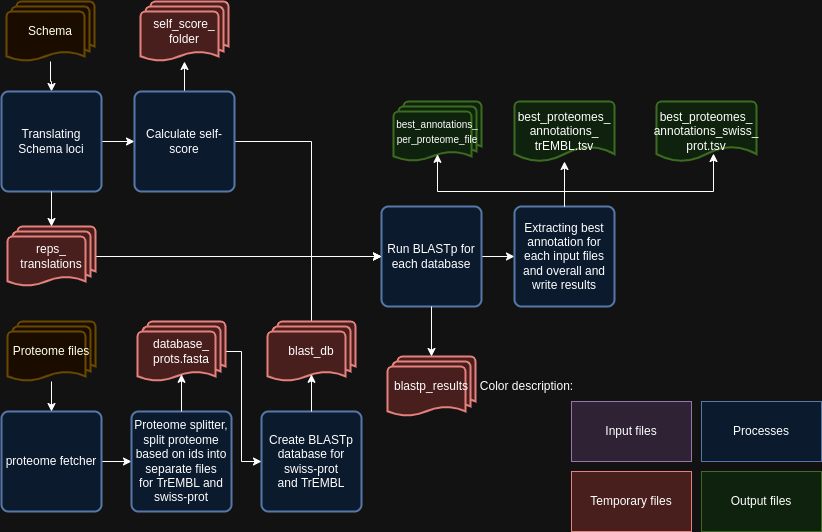
B-UMMI/Schema_Refinery keeps this draw.io diagram as SchemaRefinery/docs/SchemaRefinery/Modules/source/uniprot_proteomes_annotation.png. Above is the earlier version. Source tidied: cells renumbered, new cells last; positions are measured from the earlier drawing's top-left corner, leaving out a move shared by most shapes. Source of this version:
```xml
<mxGraphModel>
  <root>
    <mxCell id="0" />
    <mxCell id="1" parent="0" />
    <mxCell id="2" style="edgeStyle=orthogonalEdgeStyle;rounded=0;jettySize=auto;html=1;entryX=0;entryY=0.5;entryDx=0;entryDy=0;" parent="1" edge="1" source="3" target="6">
      <mxGeometry relative="1" as="geometry" />
    </mxCell>
    <mxCell id="3" value="proteome fetcher" style="rounded=1;whiteSpace=wrap;html=1;absoluteArcSize=1;arcSize=14;strokeWidth=2;fillColor=#dae8fc;strokeColor=#6c8ebf;" parent="1" vertex="1">
      <mxGeometry y="410" width="100" height="100" as="geometry" />
    </mxCell>
    <mxCell id="4" style="edgeStyle=orthogonalEdgeStyle;rounded=0;jettySize=auto;html=1;entryX=0.5;entryY=0;entryDx=0;entryDy=0;" parent="1" edge="1" source="5" target="3">
      <mxGeometry relative="1" as="geometry" />
    </mxCell>
    <mxCell id="5" value="Proteome files" style="strokeWidth=2;html=1;shape=mxgraph.flowchart.multi-document;whiteSpace=wrap;fillColor=#fff2cc;strokeColor=#d6b656;" parent="1" vertex="1">
      <mxGeometry x="6" y="320" width="88" height="60" as="geometry" />
    </mxCell>
    <mxCell id="6" value="Proteome splitter, split proteome based on ids into separate files for&amp;nbsp;TrEMBL and swiss-prot" style="rounded=1;whiteSpace=wrap;html=1;absoluteArcSize=1;arcSize=14;strokeWidth=2;fillColor=#dae8fc;strokeColor=#6c8ebf;" parent="1" vertex="1">
      <mxGeometry x="130" y="410" width="100" height="100" as="geometry" />
    </mxCell>
    <mxCell id="7" style="edgeStyle=orthogonalEdgeStyle;rounded=0;jettySize=auto;html=1;entryX=0;entryY=0.5;entryDx=0;entryDy=0;" parent="1" edge="1" source="8" target="17">
      <mxGeometry relative="1" as="geometry" />
    </mxCell>
    <mxCell id="8" value="Run BLASTp for each database" style="rounded=1;whiteSpace=wrap;html=1;absoluteArcSize=1;arcSize=14;strokeWidth=2;fillColor=#dae8fc;strokeColor=#6c8ebf;" parent="1" vertex="1">
      <mxGeometry x="380" y="205" width="100" height="100" as="geometry" />
    </mxCell>
    <mxCell id="9" style="edgeStyle=orthogonalEdgeStyle;rounded=0;jettySize=auto;html=1;" parent="1" edge="1" source="10" target="12">
      <mxGeometry relative="1" as="geometry" />
    </mxCell>
    <mxCell id="10" value="Schema" style="strokeWidth=2;html=1;shape=mxgraph.flowchart.multi-document;whiteSpace=wrap;fillColor=#fff2cc;strokeColor=#d6b656;" parent="1" vertex="1">
      <mxGeometry x="5" width="88" height="60" as="geometry" />
    </mxCell>
    <mxCell id="11" style="edgeStyle=orthogonalEdgeStyle;rounded=0;jettySize=auto;html=1;" parent="1" edge="1" source="12" target="23">
      <mxGeometry relative="1" as="geometry" />
    </mxCell>
    <mxCell id="12" value="Translating Schema loci" style="rounded=1;whiteSpace=wrap;html=1;absoluteArcSize=1;arcSize=14;strokeWidth=2;fillColor=#dae8fc;strokeColor=#6c8ebf;" parent="1" vertex="1">
      <mxGeometry y="90" width="100" height="100" as="geometry" />
    </mxCell>
    <mxCell id="13" style="edgeStyle=orthogonalEdgeStyle;rounded=0;jettySize=auto;html=1;entryX=0;entryY=0.5;entryDx=0;entryDy=0;" parent="1" edge="1" source="14" target="8">
      <mxGeometry relative="1" as="geometry" />
    </mxCell>
    <mxCell id="14" value="reps_&lt;div&gt;translations&lt;/div&gt;" style="strokeWidth=2;html=1;shape=mxgraph.flowchart.multi-document;whiteSpace=wrap;fillColor=#f8cecc;strokeColor=#b85450;" parent="1" vertex="1">
      <mxGeometry x="6" y="225" width="88" height="60" as="geometry" />
    </mxCell>
    <mxCell id="15" style="edgeStyle=orthogonalEdgeStyle;rounded=0;jettySize=auto;html=1;entryX=0.5;entryY=0;entryDx=0;entryDy=0;entryPerimeter=0;" parent="1" edge="1" source="12" target="14">
      <mxGeometry relative="1" as="geometry" />
    </mxCell>
    <mxCell id="16" style="edgeStyle=orthogonalEdgeStyle;rounded=0;jettySize=auto;html=1;" parent="1" edge="1" source="17" target="24">
      <mxGeometry relative="1" as="geometry" />
    </mxCell>
    <mxCell id="17" value="Extracting best annotation for each input files and overall and write results" style="rounded=1;whiteSpace=wrap;html=1;absoluteArcSize=1;arcSize=14;strokeWidth=2;fillColor=#dae8fc;strokeColor=#6c8ebf;" parent="1" vertex="1">
      <mxGeometry x="513" y="205" width="100" height="100" as="geometry" />
    </mxCell>
    <mxCell id="18" value="&lt;span style=&quot;font-size: 10px;&quot;&gt;best_annotations_&lt;/span&gt;&lt;div&gt;&lt;span style=&quot;font-size: 10px;&quot;&gt;per_proteome_file&lt;/span&gt;&lt;/div&gt;" style="strokeWidth=2;html=1;shape=mxgraph.flowchart.multi-document;whiteSpace=wrap;fillColor=#d5e8d4;strokeColor=#82b366;" parent="1" vertex="1">
      <mxGeometry x="392" y="100" width="88" height="60" as="geometry" />
    </mxCell>
    <mxCell id="19" value="best_proteomes_&lt;div&gt;annotations_swiss_&lt;/div&gt;&lt;div&gt;prot.tsv&lt;/div&gt;" style="strokeWidth=2;html=1;shape=mxgraph.flowchart.document2;whiteSpace=wrap;size=0.25;fillColor=#d5e8d4;strokeColor=#82b366;" parent="1" vertex="1">
      <mxGeometry x="655" y="100" width="100" height="60" as="geometry" />
    </mxCell>
    <mxCell id="20" value="Create BLASTp database for swiss-prot and&amp;nbsp;TrEMBL" style="rounded=1;whiteSpace=wrap;html=1;absoluteArcSize=1;arcSize=14;strokeWidth=2;fillColor=#dae8fc;strokeColor=#6c8ebf;" parent="1" vertex="1">
      <mxGeometry x="260" y="410" width="100" height="100" as="geometry" />
    </mxCell>
    <mxCell id="21" style="edgeStyle=orthogonalEdgeStyle;rounded=0;jettySize=auto;html=1;" parent="1" edge="1" source="23" target="25">
      <mxGeometry relative="1" as="geometry" />
    </mxCell>
    <mxCell id="22" style="edgeStyle=orthogonalEdgeStyle;rounded=0;jettySize=auto;html=1;entryX=0;entryY=0.5;entryDx=0;entryDy=0;" parent="1" edge="1" source="23" target="8">
      <mxGeometry relative="1" as="geometry">
        <Array as="points">
          <mxPoint x="310" y="140" />
          <mxPoint x="310" y="255" />
        </Array>
      </mxGeometry>
    </mxCell>
    <mxCell id="23" value="Calculate self-score" style="rounded=1;whiteSpace=wrap;html=1;absoluteArcSize=1;arcSize=14;strokeWidth=2;fillColor=#dae8fc;strokeColor=#6c8ebf;" parent="1" vertex="1">
      <mxGeometry x="133" y="90" width="100" height="100" as="geometry" />
    </mxCell>
    <mxCell id="24" value="best_proteomes_&lt;div&gt;annotations_&lt;/div&gt;&lt;div&gt;trEMBL.tsv&lt;/div&gt;" style="strokeWidth=2;html=1;shape=mxgraph.flowchart.document2;whiteSpace=wrap;size=0.25;fillColor=#d5e8d4;strokeColor=#82b366;" parent="1" vertex="1">
      <mxGeometry x="513" y="100" width="100" height="60" as="geometry" />
    </mxCell>
    <mxCell id="25" value="self_score_&lt;div&gt;folder&lt;/div&gt;" style="strokeWidth=2;html=1;shape=mxgraph.flowchart.multi-document;whiteSpace=wrap;fillColor=#f8cecc;strokeColor=#b85450;" parent="1" vertex="1">
      <mxGeometry x="139" width="88" height="60" as="geometry" />
    </mxCell>
    <mxCell id="26" value="blastp_results" style="strokeWidth=2;html=1;shape=mxgraph.flowchart.multi-document;whiteSpace=wrap;fillColor=#f8cecc;strokeColor=#b85450;" parent="1" vertex="1">
      <mxGeometry x="386" y="355" width="88" height="60" as="geometry" />
    </mxCell>
    <mxCell id="27" style="edgeStyle=orthogonalEdgeStyle;rounded=0;jettySize=auto;html=1;entryX=0;entryY=0.5;entryDx=0;entryDy=0;" parent="1" edge="1" source="28" target="8">
      <mxGeometry relative="1" as="geometry">
        <Array as="points">
          <mxPoint x="310" y="255" />
        </Array>
      </mxGeometry>
    </mxCell>
    <mxCell id="28" value="blast_db" style="strokeWidth=2;html=1;shape=mxgraph.flowchart.multi-document;whiteSpace=wrap;fillColor=#f8cecc;strokeColor=#b85450;" parent="1" vertex="1">
      <mxGeometry x="266" y="320" width="88" height="60" as="geometry" />
    </mxCell>
    <mxCell id="29" style="edgeStyle=orthogonalEdgeStyle;rounded=0;jettySize=auto;html=1;entryX=0.5;entryY=0.88;entryDx=0;entryDy=0;entryPerimeter=0;" parent="1" edge="1" source="20" target="28">
      <mxGeometry relative="1" as="geometry" />
    </mxCell>
    <mxCell id="30" value="Processes" style="rounded=0;whiteSpace=wrap;html=1;fillColor=#dae8fc;strokeColor=#6c8ebf;" parent="1" vertex="1">
      <mxGeometry x="700" y="400" width="120" height="60" as="geometry" />
    </mxCell>
    <mxCell id="31" value="Temporary files" style="rounded=0;whiteSpace=wrap;html=1;fillColor=#f8cecc;strokeColor=#b85450;" parent="1" vertex="1">
      <mxGeometry x="570" y="470" width="120" height="60" as="geometry" />
    </mxCell>
    <mxCell id="32" value="Input files" style="rounded=0;whiteSpace=wrap;html=1;fillColor=#e1d5e7;strokeColor=#9673a6;" parent="1" vertex="1">
      <mxGeometry x="570" y="400" width="120" height="60" as="geometry" />
    </mxCell>
    <mxCell id="33" value="Output files" style="rounded=0;whiteSpace=wrap;html=1;fillColor=#d5e8d4;strokeColor=#82b366;" parent="1" vertex="1">
      <mxGeometry x="700" y="470" width="120" height="60" as="geometry" />
    </mxCell>
    <mxCell id="34" value="Color description:" style="text;html=1;align=center;verticalAlign=middle;strokeColor=none;fillColor=none;" parent="1" vertex="1">
      <mxGeometry x="470" y="370" width="110" height="30" as="geometry" />
    </mxCell>
    <mxCell id="35" style="edgeStyle=orthogonalEdgeStyle;rounded=0;jettySize=auto;html=1;entryX=0.5;entryY=0;entryDx=0;entryDy=0;entryPerimeter=0;" parent="1" edge="1" source="8" target="26">
      <mxGeometry relative="1" as="geometry" />
    </mxCell>
    <mxCell id="36" style="edgeStyle=orthogonalEdgeStyle;rounded=0;jettySize=auto;html=1;entryX=0.57;entryY=0.867;entryDx=0;entryDy=0;entryPerimeter=0;" parent="1" edge="1" source="17" target="19">
      <mxGeometry relative="1" as="geometry">
        <Array as="points">
          <mxPoint x="563" y="190" />
          <mxPoint x="712" y="190" />
        </Array>
      </mxGeometry>
    </mxCell>
    <mxCell id="37" style="edgeStyle=orthogonalEdgeStyle;rounded=0;jettySize=auto;html=1;entryX=0.5;entryY=0.88;entryDx=0;entryDy=0;entryPerimeter=0;" parent="1" edge="1" source="17" target="18">
      <mxGeometry relative="1" as="geometry">
        <Array as="points">
          <mxPoint x="563" y="190" />
          <mxPoint x="436" y="190" />
        </Array>
      </mxGeometry>
    </mxCell>
    <mxCell id="38" style="edgeStyle=orthogonalEdgeStyle;rounded=0;jettySize=auto;html=1;entryX=0;entryY=0.5;entryDx=0;entryDy=0;" parent="1" edge="1" source="39" target="20">
      <mxGeometry relative="1" as="geometry">
        <Array as="points">
          <mxPoint x="240" y="350" />
          <mxPoint x="240" y="460" />
        </Array>
      </mxGeometry>
    </mxCell>
    <mxCell id="39" value="database_&lt;div&gt;prots.fasta&lt;/div&gt;" style="strokeWidth=2;html=1;shape=mxgraph.flowchart.multi-document;whiteSpace=wrap;fillColor=#f8cecc;strokeColor=#b85450;" parent="1" vertex="1">
      <mxGeometry x="136" y="320" width="88" height="60" as="geometry" />
    </mxCell>
    <mxCell id="40" style="edgeStyle=orthogonalEdgeStyle;rounded=0;jettySize=auto;html=1;entryX=0.5;entryY=0.88;entryDx=0;entryDy=0;entryPerimeter=0;" parent="1" edge="1" source="6" target="39">
      <mxGeometry relative="1" as="geometry" />
    </mxCell>
  </root>
</mxGraphModel>
```
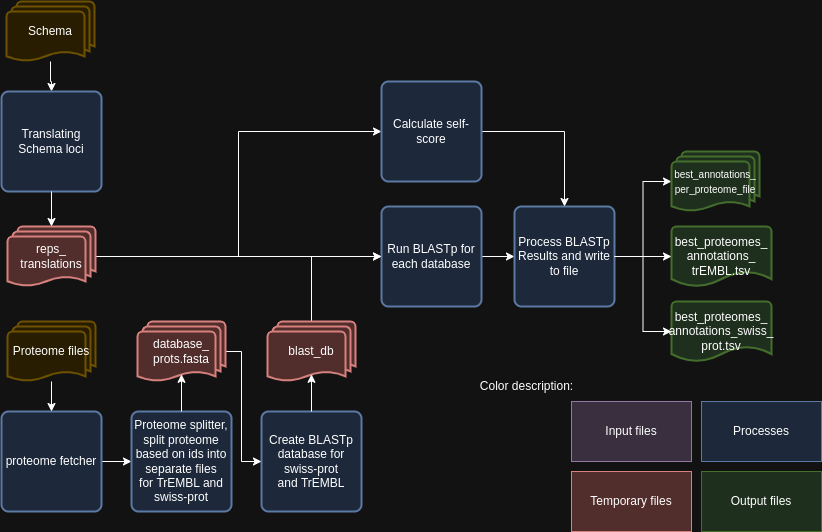
The same diagram one commit later.

Diff of the diagram source:
```diff
@@ -29,59 +29,45 @@
     <mxCell id="10" value="Schema" style="strokeWidth=2;html=1;shape=mxgraph.flowchart.multi-document;whiteSpace=wrap;fillColor=#fff2cc;strokeColor=#d6b656;" parent="1" vertex="1">
       <mxGeometry x="5" width="88" height="60" as="geometry" />
     </mxCell>
-    <mxCell id="11" style="edgeStyle=orthogonalEdgeStyle;rounded=0;jettySize=auto;html=1;" parent="1" edge="1" source="12" target="23">
-      <mxGeometry relative="1" as="geometry" />
-    </mxCell>
     <mxCell id="12" value="Translating Schema loci" style="rounded=1;whiteSpace=wrap;html=1;absoluteArcSize=1;arcSize=14;strokeWidth=2;fillColor=#dae8fc;strokeColor=#6c8ebf;" parent="1" vertex="1">
       <mxGeometry y="90" width="100" height="100" as="geometry" />
     </mxCell>
     <mxCell id="13" style="edgeStyle=orthogonalEdgeStyle;rounded=0;jettySize=auto;html=1;entryX=0;entryY=0.5;entryDx=0;entryDy=0;" parent="1" edge="1" source="14" target="8">
       <mxGeometry relative="1" as="geometry" />
     </mxCell>
+    <mxCell id="41" style="edgeStyle=orthogonalEdgeStyle;rounded=0;jettySize=auto;html=1;entryX=0;entryY=0.5;entryDx=0;entryDy=0;" parent="1" edge="1" source="14" target="23">
+      <mxGeometry relative="1" as="geometry" />
+    </mxCell>
     <mxCell id="14" value="reps_&lt;div&gt;translations&lt;/div&gt;" style="strokeWidth=2;html=1;shape=mxgraph.flowchart.multi-document;whiteSpace=wrap;fillColor=#f8cecc;strokeColor=#b85450;" parent="1" vertex="1">
       <mxGeometry x="6" y="225" width="88" height="60" as="geometry" />
     </mxCell>
     <mxCell id="15" style="edgeStyle=orthogonalEdgeStyle;rounded=0;jettySize=auto;html=1;entryX=0.5;entryY=0;entryDx=0;entryDy=0;entryPerimeter=0;" parent="1" edge="1" source="12" target="14">
       <mxGeometry relative="1" as="geometry" />
     </mxCell>
-    <mxCell id="16" style="edgeStyle=orthogonalEdgeStyle;rounded=0;jettySize=auto;html=1;" parent="1" edge="1" source="17" target="24">
-      <mxGeometry relative="1" as="geometry" />
-    </mxCell>
+    <mxCell id="37" style="edgeStyle=orthogonalEdgeStyle;rounded=0;jettySize=auto;html=1;" parent="1" edge="1" source="17" target="18">
+      <mxGeometry relative="1" as="geometry" />
+    </mxCell>
-    <mxCell id="17" value="Extracting best annotation for each input files and overall and write results" style="rounded=1;whiteSpace=wrap;html=1;absoluteArcSize=1;arcSize=14;strokeWidth=2;fillColor=#dae8fc;strokeColor=#6c8ebf;" parent="1" vertex="1">
+    <mxCell id="17" value="Process BLASTp Results and write to file" style="rounded=1;whiteSpace=wrap;html=1;absoluteArcSize=1;arcSize=14;strokeWidth=2;fillColor=#dae8fc;strokeColor=#6c8ebf;" parent="1" vertex="1">
       <mxGeometry x="513" y="205" width="100" height="100" as="geometry" />
     </mxCell>
     <mxCell id="18" value="&lt;span style=&quot;font-size: 10px;&quot;&gt;best_annotations_&lt;/span&gt;&lt;div&gt;&lt;span style=&quot;font-size: 10px;&quot;&gt;per_proteome_file&lt;/span&gt;&lt;/div&gt;" style="strokeWidth=2;html=1;shape=mxgraph.flowchart.multi-document;whiteSpace=wrap;fillColor=#d5e8d4;strokeColor=#82b366;" parent="1" vertex="1">
-      <mxGeometry x="392" y="100" width="88" height="60" as="geometry" />
+      <mxGeometry x="670" y="150" width="88" height="60" as="geometry" />
     </mxCell>
     <mxCell id="19" value="best_proteomes_&lt;div&gt;annotations_swiss_&lt;/div&gt;&lt;div&gt;prot.tsv&lt;/div&gt;" style="strokeWidth=2;html=1;shape=mxgraph.flowchart.document2;whiteSpace=wrap;size=0.25;fillColor=#d5e8d4;strokeColor=#82b366;" parent="1" vertex="1">
-      <mxGeometry x="655" y="100" width="100" height="60" as="geometry" />
+      <mxGeometry x="670" y="300" width="100" height="60" as="geometry" />
     </mxCell>
     <mxCell id="20" value="Create BLASTp database for swiss-prot and&amp;nbsp;TrEMBL" style="rounded=1;whiteSpace=wrap;html=1;absoluteArcSize=1;arcSize=14;strokeWidth=2;fillColor=#dae8fc;strokeColor=#6c8ebf;" parent="1" vertex="1">
       <mxGeometry x="260" y="410" width="100" height="100" as="geometry" />
     </mxCell>
-    <mxCell id="21" style="edgeStyle=orthogonalEdgeStyle;rounded=0;jettySize=auto;html=1;" parent="1" edge="1" source="23" target="25">
-      <mxGeometry relative="1" as="geometry" />
-    </mxCell>
-    <mxCell id="22" style="edgeStyle=orthogonalEdgeStyle;rounded=0;jettySize=auto;html=1;entryX=0;entryY=0.5;entryDx=0;entryDy=0;" parent="1" edge="1" source="23" target="8">
-      <mxGeometry relative="1" as="geometry">
-        <Array as="points">
-          <mxPoint x="310" y="140" />
-          <mxPoint x="310" y="255" />
-        </Array>
-      </mxGeometry>
-    </mxCell>
+    <mxCell id="42" style="edgeStyle=orthogonalEdgeStyle;rounded=0;jettySize=auto;html=1;" parent="1" edge="1" source="23" target="17">
+      <mxGeometry relative="1" as="geometry" />
+    </mxCell>
     <mxCell id="23" value="Calculate self-score" style="rounded=1;whiteSpace=wrap;html=1;absoluteArcSize=1;arcSize=14;strokeWidth=2;fillColor=#dae8fc;strokeColor=#6c8ebf;" parent="1" vertex="1">
-      <mxGeometry x="133" y="90" width="100" height="100" as="geometry" />
+      <mxGeometry x="380" y="80" width="100" height="100" as="geometry" />
     </mxCell>
     <mxCell id="24" value="best_proteomes_&lt;div&gt;annotations_&lt;/div&gt;&lt;div&gt;trEMBL.tsv&lt;/div&gt;" style="strokeWidth=2;html=1;shape=mxgraph.flowchart.document2;whiteSpace=wrap;size=0.25;fillColor=#d5e8d4;strokeColor=#82b366;" parent="1" vertex="1">
-      <mxGeometry x="513" y="100" width="100" height="60" as="geometry" />
+      <mxGeometry x="670" y="225" width="100" height="60" as="geometry" />
     </mxCell>
-    <mxCell id="25" value="self_score_&lt;div&gt;folder&lt;/div&gt;" style="strokeWidth=2;html=1;shape=mxgraph.flowchart.multi-document;whiteSpace=wrap;fillColor=#f8cecc;strokeColor=#b85450;" parent="1" vertex="1">
-      <mxGeometry x="139" width="88" height="60" as="geometry" />
-    </mxCell>
-    <mxCell id="26" value="blastp_results" style="strokeWidth=2;html=1;shape=mxgraph.flowchart.multi-document;whiteSpace=wrap;fillColor=#f8cecc;strokeColor=#b85450;" parent="1" vertex="1">
-      <mxGeometry x="386" y="355" width="88" height="60" as="geometry" />
-    </mxCell>
     <mxCell id="27" style="edgeStyle=orthogonalEdgeStyle;rounded=0;jettySize=auto;html=1;entryX=0;entryY=0.5;entryDx=0;entryDy=0;" parent="1" edge="1" source="28" target="8">
       <mxGeometry relative="1" as="geometry">
         <Array as="points">
@@ -110,25 +96,6 @@
     <mxCell id="34" value="Color description:" style="text;html=1;align=center;verticalAlign=middle;strokeColor=none;fillColor=none;" parent="1" vertex="1">
       <mxGeometry x="470" y="370" width="110" height="30" as="geometry" />
     </mxCell>
-    <mxCell id="35" style="edgeStyle=orthogonalEdgeStyle;rounded=0;jettySize=auto;html=1;entryX=0.5;entryY=0;entryDx=0;entryDy=0;entryPerimeter=0;" parent="1" edge="1" source="8" target="26">
-      <mxGeometry relative="1" as="geometry" />
-    </mxCell>
-    <mxCell id="36" style="edgeStyle=orthogonalEdgeStyle;rounded=0;jettySize=auto;html=1;entryX=0.57;entryY=0.867;entryDx=0;entryDy=0;entryPerimeter=0;" parent="1" edge="1" source="17" target="19">
-      <mxGeometry relative="1" as="geometry">
-        <Array as="points">
-          <mxPoint x="563" y="190" />
-          <mxPoint x="712" y="190" />
-        </Array>
-      </mxGeometry>
-    </mxCell>
-    <mxCell id="37" style="edgeStyle=orthogonalEdgeStyle;rounded=0;jettySize=auto;html=1;entryX=0.5;entryY=0.88;entryDx=0;entryDy=0;entryPerimeter=0;" parent="1" edge="1" source="17" target="18">
-      <mxGeometry relative="1" as="geometry">
-        <Array as="points">
-          <mxPoint x="563" y="190" />
-          <mxPoint x="436" y="190" />
-        </Array>
-      </mxGeometry>
-    </mxCell>
     <mxCell id="38" style="edgeStyle=orthogonalEdgeStyle;rounded=0;jettySize=auto;html=1;entryX=0;entryY=0.5;entryDx=0;entryDy=0;" parent="1" edge="1" source="39" target="20">
       <mxGeometry relative="1" as="geometry">
         <Array as="points">
@@ -143,5 +110,11 @@
     <mxCell id="40" style="edgeStyle=orthogonalEdgeStyle;rounded=0;jettySize=auto;html=1;entryX=0.5;entryY=0.88;entryDx=0;entryDy=0;entryPerimeter=0;" parent="1" edge="1" source="6" target="39">
       <mxGeometry relative="1" as="geometry" />
     </mxCell>
+    <mxCell id="16" style="edgeStyle=orthogonalEdgeStyle;rounded=0;jettySize=auto;html=1;entryX=0;entryY=0.5;entryDx=0;entryDy=0;entryPerimeter=0;" parent="1" edge="1" source="17" target="24">
+      <mxGeometry relative="1" as="geometry" />
+    </mxCell>
+    <mxCell id="36" style="edgeStyle=orthogonalEdgeStyle;rounded=0;jettySize=auto;html=1;entryX=0;entryY=0.5;entryDx=0;entryDy=0;entryPerimeter=0;" parent="1" edge="1" source="17" target="19">
+      <mxGeometry relative="1" as="geometry" />
+    </mxCell>
   </root>
 </mxGraphModel>
```
